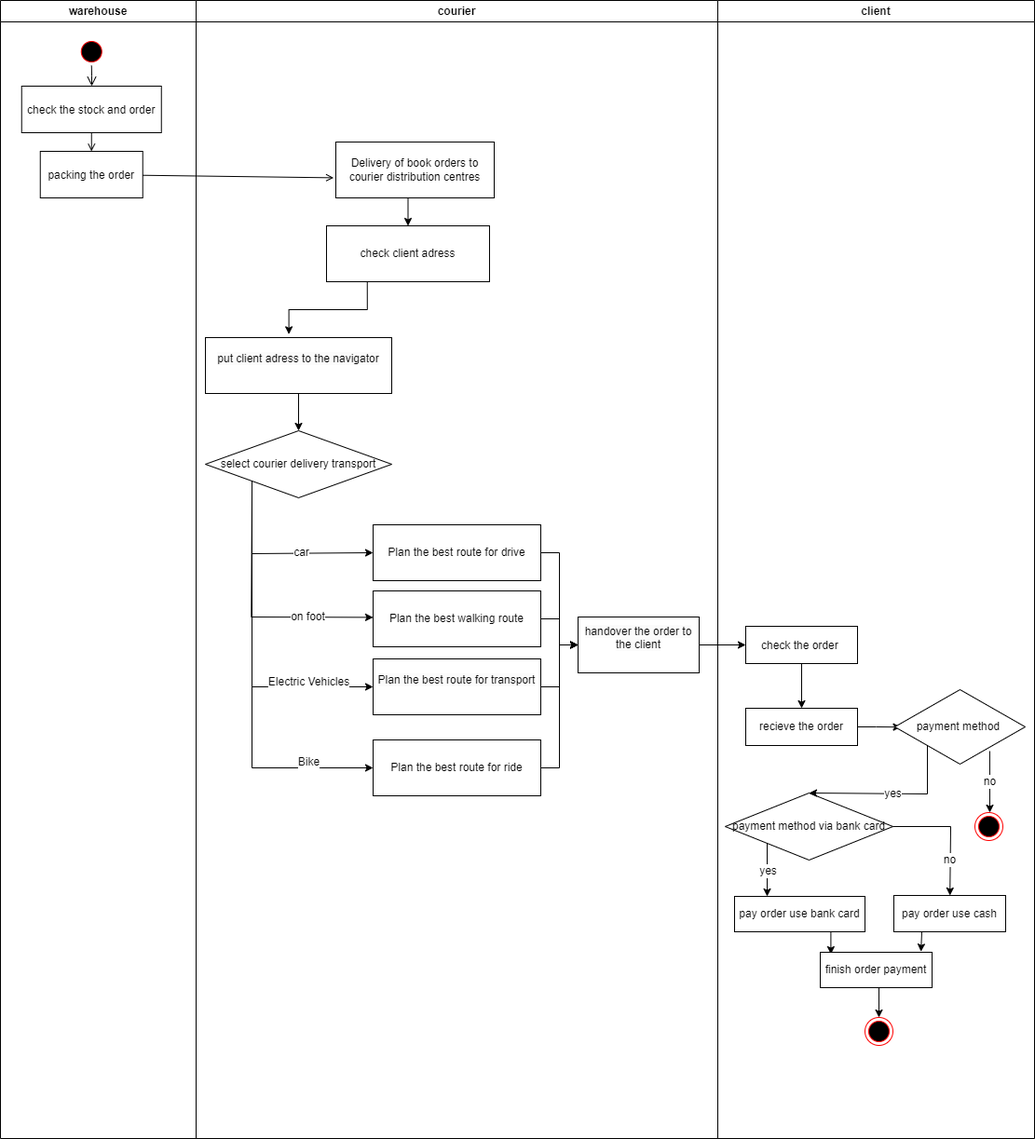
This is UML-delivery order.drawio.png from YuYuanyuan0817/ADM, a draw.io export, as it was before one commit. Source tidied: cells renumbered, new cells last; positions are measured from the earlier drawing's top-left corner, leaving out a move shared by most shapes. Source of this version:
```xml
<mxGraphModel>
  <root>
    <mxCell id="0" />
    <mxCell id="1" parent="0" />
    <mxCell id="2" value="warehouse" style="swimlane;whiteSpace=wrap;" parent="1" vertex="1">
      <mxGeometry width="210" height="1222" as="geometry" />
    </mxCell>
    <mxCell id="3" style="ellipse;shape=startState;fillColor=#000000;strokeColor=#ff0000;" parent="2" vertex="1">
      <mxGeometry x="82.8" y="40" width="30" height="30" as="geometry" />
    </mxCell>
    <mxCell id="4" style="edgeStyle=elbowEdgeStyle;elbow=horizontal;verticalAlign=bottom;endArrow=open;endSize=8;strokeColor=#000000;endFill=1;rounded=0;" parent="2" edge="1" source="3" target="5">
      <mxGeometry x="82.8" y="40" as="geometry" />
    </mxCell>
    <mxCell id="5" value="check the stock and order" parent="2" vertex="1">
      <mxGeometry x="22.8" y="92" width="150" height="50" as="geometry" />
    </mxCell>
    <mxCell id="6" style="endArrow=open;strokeColor=#050505;endFill=1;rounded=0;entryX=0.5;entryY=0;entryDx=0;entryDy=0;" parent="2" edge="1" source="5" target="7">
      <mxGeometry relative="1" as="geometry" />
    </mxCell>
    <mxCell id="7" value="packing the order" parent="2" vertex="1">
      <mxGeometry x="42.8" y="162" width="110" height="50" as="geometry" />
    </mxCell>
    <mxCell id="8" value="courier" style="swimlane;whiteSpace=wrap;" parent="1" vertex="1">
      <mxGeometry x="210" width="560" height="1222" as="geometry" />
    </mxCell>
    <mxCell id="9" style="edgeStyle=orthogonalEdgeStyle;rounded=0;jettySize=auto;html=1;exitX=0.5;exitY=1;exitDx=0;exitDy=0;entryX=0.5;entryY=0;entryDx=0;entryDy=0;" parent="8" edge="1" source="10" target="12">
      <mxGeometry relative="1" as="geometry" />
    </mxCell>
    <mxCell id="10" value="Delivery of book orders to courier distribution centres" style="rounded=0;whiteSpace=wrap;html=1;" parent="8" vertex="1">
      <mxGeometry x="150" y="152" width="170" height="60" as="geometry" />
    </mxCell>
    <mxCell id="11" style="edgeStyle=orthogonalEdgeStyle;rounded=0;jettySize=auto;html=1;exitX=0.25;exitY=1;exitDx=0;exitDy=0;entryX=0.448;entryY=-0.06;entryDx=0;entryDy=0;entryPerimeter=0;" parent="8" edge="1" source="12" target="29">
      <mxGeometry relative="1" as="geometry" />
    </mxCell>
    <mxCell id="12" value="check client adress" style="rounded=0;whiteSpace=wrap;html=1;" parent="8" vertex="1">
      <mxGeometry x="140" y="242" width="175" height="60" as="geometry" />
    </mxCell>
    <mxCell id="13" value="select courier delivery transport" style="rhombus;whiteSpace=wrap;html=1;" parent="8" vertex="1">
      <mxGeometry x="10" y="462" width="200" height="72" as="geometry" />
    </mxCell>
    <mxCell id="14" style="edgeStyle=orthogonalEdgeStyle;rounded=0;jettySize=auto;html=1;exitX=1;exitY=0.5;exitDx=0;exitDy=0;entryX=0;entryY=0.5;entryDx=0;entryDy=0;" parent="8" edge="1" source="15" target="30">
      <mxGeometry relative="1" as="geometry" />
    </mxCell>
    <mxCell id="15" value="Plan the best walking route" style="rounded=0;whiteSpace=wrap;html=1;" parent="8" vertex="1">
      <mxGeometry x="190" y="634" width="180" height="60" as="geometry" />
    </mxCell>
    <mxCell id="16" style="edgeStyle=orthogonalEdgeStyle;rounded=0;jettySize=auto;html=1;exitX=1;exitY=0.5;exitDx=0;exitDy=0;entryX=0;entryY=0.5;entryDx=0;entryDy=0;" parent="8" edge="1" source="17" target="30">
      <mxGeometry relative="1" as="geometry" />
    </mxCell>
    <mxCell id="17" value="Plan the best route for drive" style="rounded=0;whiteSpace=wrap;html=1;" parent="8" vertex="1">
      <mxGeometry x="190" y="563" width="180" height="60" as="geometry" />
    </mxCell>
    <mxCell id="18" style="endArrow=classic;html=1;rounded=0;exitX=0;exitY=1;exitDx=0;exitDy=0;entryX=0;entryY=0.5;entryDx=0;entryDy=0;" parent="8" edge="1" source="13" target="17">
      <mxGeometry relative="1" as="geometry">
        <Array as="points">
          <mxPoint x="60" y="594" />
        </Array>
      </mxGeometry>
    </mxCell>
    <mxCell id="19" value="car" style="edgeLabel;html=1;align=center;verticalAlign=middle;" parent="18" vertex="1">
      <mxGeometry relative="1" as="geometry">
        <mxPoint x="27" y="-1" as="offset" />
      </mxGeometry>
    </mxCell>
    <mxCell id="20" style="edgeStyle=orthogonalEdgeStyle;rounded=0;jettySize=auto;html=1;" parent="8" edge="1" source="21" target="30">
      <mxGeometry relative="1" as="geometry" />
    </mxCell>
    <mxCell id="21" value="&#10;&lt;span style=&quot;color: rgb(0, 0, 0); font-family: Helvetica; font-size: 12px; font-style: normal; font-variant-ligatures: normal; font-variant-caps: normal; font-weight: 400; letter-spacing: normal; orphans: 2; text-align: center; text-indent: 0px; text-transform: none; widows: 2; word-spacing: 0px; -webkit-text-stroke-width: 0px; background-color: rgb(251, 251, 251); text-decoration-thickness: initial; text-decoration-style: initial; text-decoration-color: initial; float: none; display: inline !important;&quot;&gt;Plan the best route for transport&lt;/span&gt;&#10;&#10;" style="rounded=0;whiteSpace=wrap;html=1;" parent="8" vertex="1">
      <mxGeometry x="190" y="707" width="180" height="60" as="geometry" />
    </mxCell>
    <mxCell id="22" style="endArrow=classic;html=1;rounded=0;entryX=0.004;entryY=0.64;entryDx=0;entryDy=0;entryPerimeter=0;" parent="8" edge="1">
      <mxGeometry relative="1" as="geometry">
        <mxPoint x="60" y="522" as="sourcePoint" />
        <mxPoint x="190" y="662.4" as="targetPoint" />
        <Array as="points">
          <mxPoint x="59.3" y="662" />
        </Array>
      </mxGeometry>
    </mxCell>
    <mxCell id="23" value="on foot" style="edgeLabel;html=1;align=center;verticalAlign=middle;" parent="22" vertex="1">
      <mxGeometry relative="1" as="geometry">
        <mxPoint x="60" y="5" as="offset" />
      </mxGeometry>
    </mxCell>
    <mxCell id="24" style="edgeStyle=orthogonalEdgeStyle;rounded=0;jettySize=auto;html=1;exitX=1;exitY=0.5;exitDx=0;exitDy=0;entryX=0;entryY=0.5;entryDx=0;entryDy=0;" parent="8" edge="1" source="25" target="30">
      <mxGeometry relative="1" as="geometry" />
    </mxCell>
    <mxCell id="25" value="Plan the best route for ride" style="rounded=0;whiteSpace=wrap;html=1;" parent="8" vertex="1">
      <mxGeometry x="190" y="794" width="180" height="60" as="geometry" />
    </mxCell>
    <mxCell id="26" style="endArrow=classic;html=1;rounded=0;exitX=0;exitY=1;exitDx=0;exitDy=0;" parent="8" edge="1" source="13" target="25">
      <mxGeometry relative="1" as="geometry">
        <Array as="points">
          <mxPoint x="60" y="824" />
        </Array>
      </mxGeometry>
    </mxCell>
    <mxCell id="27" value="Bike" style="edgeLabel;html=1;align=center;verticalAlign=middle;" parent="26" vertex="1">
      <mxGeometry relative="1" as="geometry">
        <mxPoint x="60" y="82" as="offset" />
      </mxGeometry>
    </mxCell>
    <mxCell id="28" style="edgeStyle=orthogonalEdgeStyle;rounded=0;jettySize=auto;html=1;exitX=0.5;exitY=1;exitDx=0;exitDy=0;entryX=0.5;entryY=0;entryDx=0;entryDy=0;" parent="8" edge="1" source="29" target="13">
      <mxGeometry relative="1" as="geometry" />
    </mxCell>
    <mxCell id="29" value="&#10;&lt;span style=&quot;color: rgb(0, 0, 0); font-family: Helvetica; font-size: 12px; font-style: normal; font-variant-ligatures: normal; font-variant-caps: normal; font-weight: 400; letter-spacing: normal; orphans: 2; text-align: center; text-indent: 0px; text-transform: none; widows: 2; word-spacing: 0px; -webkit-text-stroke-width: 0px; background-color: rgb(251, 251, 251); text-decoration-thickness: initial; text-decoration-style: initial; text-decoration-color: initial; float: none; display: inline !important;&quot;&gt;put client adress to the navigator&lt;/span&gt;&#10;&#10;" style="rounded=0;whiteSpace=wrap;html=1;" parent="8" vertex="1">
      <mxGeometry x="10" y="362" width="200" height="60" as="geometry" />
    </mxCell>
    <mxCell id="30" value="&#10;&lt;span style=&quot;color: rgb(0, 0, 0); font-family: Helvetica; font-size: 12px; font-style: normal; font-variant-ligatures: normal; font-variant-caps: normal; font-weight: 400; letter-spacing: normal; orphans: 2; text-align: center; text-indent: 0px; text-transform: none; widows: 2; word-spacing: 0px; -webkit-text-stroke-width: 0px; background-color: rgb(251, 251, 251); text-decoration-thickness: initial; text-decoration-style: initial; text-decoration-color: initial; float: none; display: inline !important;&quot;&gt;handover the order to the client&lt;/span&gt;&#10;&#10;" style="rounded=0;whiteSpace=wrap;html=1;" parent="8" vertex="1">
      <mxGeometry x="410" y="662" width="130" height="60" as="geometry" />
    </mxCell>
    <mxCell id="31" value="client" style="swimlane;whiteSpace=wrap;" parent="1" vertex="1">
      <mxGeometry x="770" width="340" height="1222" as="geometry" />
    </mxCell>
    <mxCell id="32" style="edgeStyle=orthogonalEdgeStyle;rounded=0;jettySize=auto;html=1;exitX=0.5;exitY=1;exitDx=0;exitDy=0;entryX=0.5;entryY=0;entryDx=0;entryDy=0;" parent="31" edge="1" source="33" target="36">
      <mxGeometry relative="1" as="geometry" />
    </mxCell>
    <mxCell id="33" value="check the order " parent="31" vertex="1">
      <mxGeometry x="30" y="672" width="120" height="40" as="geometry" />
    </mxCell>
    <mxCell id="34" style="ellipse;shape=endState;fillColor=#000000;strokeColor=#ff0000;" parent="31" vertex="1">
      <mxGeometry x="276" y="872" width="30" height="30" as="geometry" />
    </mxCell>
    <mxCell id="35" style="edgeStyle=orthogonalEdgeStyle;rounded=0;jettySize=auto;html=1;exitX=1;exitY=0.5;exitDx=0;exitDy=0;entryX=0.047;entryY=0.503;entryDx=0;entryDy=0;entryPerimeter=0;" parent="31" edge="1" source="36" target="37">
      <mxGeometry relative="1" as="geometry" />
    </mxCell>
    <mxCell id="36" value="recieve the order" style="rounded=0;whiteSpace=wrap;html=1;" parent="31" vertex="1">
      <mxGeometry x="30" y="760" width="120" height="40" as="geometry" />
    </mxCell>
    <mxCell id="37" value="payment method&amp;nbsp;" style="rhombus;whiteSpace=wrap;html=1;" parent="31" vertex="1">
      <mxGeometry x="190" y="740" width="140" height="80" as="geometry" />
    </mxCell>
    <mxCell id="38" value="payment method via bank card" style="rhombus;whiteSpace=wrap;html=1;" parent="31" vertex="1">
      <mxGeometry x="8" y="851" width="180" height="72" as="geometry" />
    </mxCell>
    <mxCell id="39" style="endArrow=classic;html=1;rounded=0;exitX=0;exitY=1;exitDx=0;exitDy=0;entryX=0.5;entryY=0;entryDx=0;entryDy=0;" parent="31" edge="1" source="37" target="38">
      <mxGeometry relative="1" as="geometry">
        <Array as="points">
          <mxPoint x="225" y="852" />
        </Array>
      </mxGeometry>
    </mxCell>
    <mxCell id="40" value="yes" style="edgeLabel;html=1;align=center;verticalAlign=middle;" parent="39" vertex="1">
      <mxGeometry relative="1" as="geometry" />
    </mxCell>
    <mxCell id="41" style="edgeStyle=orthogonalEdgeStyle;rounded=0;jettySize=auto;html=1;exitX=0.75;exitY=1;exitDx=0;exitDy=0;entryX=0.095;entryY=0.054;entryDx=0;entryDy=0;entryPerimeter=0;" parent="31" edge="1" source="42" target="50">
      <mxGeometry relative="1" as="geometry" />
    </mxCell>
    <mxCell id="42" value="pay order use bank card" style="rounded=0;whiteSpace=wrap;html=1;" parent="31" vertex="1">
      <mxGeometry x="18" y="962" width="140" height="38" as="geometry" />
    </mxCell>
    <mxCell id="43" style="edgeStyle=orthogonalEdgeStyle;rounded=0;jettySize=auto;html=1;exitX=0.25;exitY=1;exitDx=0;exitDy=0;entryX=0.901;entryY=-0.019;entryDx=0;entryDy=0;entryPerimeter=0;" parent="31" edge="1" source="44" target="50">
      <mxGeometry relative="1" as="geometry" />
    </mxCell>
    <mxCell id="44" value="pay order use cash" style="rounded=0;whiteSpace=wrap;html=1;" parent="31" vertex="1">
      <mxGeometry x="189" y="961" width="120" height="39" as="geometry" />
    </mxCell>
    <mxCell id="45" style="endArrow=classic;html=1;rounded=0;exitX=0;exitY=1;exitDx=0;exitDy=0;entryX=0.25;entryY=0;entryDx=0;entryDy=0;" parent="31" edge="1" source="38" target="42">
      <mxGeometry relative="1" as="geometry" />
    </mxCell>
    <mxCell id="46" value="yes" style="edgeLabel;html=1;align=center;verticalAlign=middle;" parent="45" vertex="1">
      <mxGeometry relative="1" as="geometry" />
    </mxCell>
    <mxCell id="47" style="endArrow=classic;html=1;rounded=0;exitX=1;exitY=0.5;exitDx=0;exitDy=0;" parent="31" edge="1" source="38" target="44">
      <mxGeometry relative="1" as="geometry">
        <Array as="points">
          <mxPoint x="250" y="887" />
        </Array>
      </mxGeometry>
    </mxCell>
    <mxCell id="48" value="no" style="edgeLabel;html=1;align=center;verticalAlign=middle;" parent="47" vertex="1">
      <mxGeometry relative="1" as="geometry">
        <mxPoint x="-1" y="30" as="offset" />
      </mxGeometry>
    </mxCell>
    <mxCell id="49" style="edgeStyle=orthogonalEdgeStyle;rounded=0;jettySize=auto;html=1;exitX=0.5;exitY=1;exitDx=0;exitDy=0;entryX=0.5;entryY=0;entryDx=0;entryDy=0;" parent="31" edge="1" source="50" target="51">
      <mxGeometry relative="1" as="geometry" />
    </mxCell>
    <mxCell id="50" value="finish order payment" style="rounded=0;whiteSpace=wrap;html=1;" parent="31" vertex="1">
      <mxGeometry x="110" y="1022" width="120" height="38" as="geometry" />
    </mxCell>
    <mxCell id="51" style="ellipse;html=1;shape=endState;fillColor=#000000;strokeColor=#ff0000;" parent="31" vertex="1">
      <mxGeometry x="158" y="1092" width="30" height="30" as="geometry" />
    </mxCell>
    <mxCell id="52" style="endArrow=open;strokeColor=#000000;endFill=1;rounded=0;entryX=-0.014;entryY=0.64;entryDx=0;entryDy=0;entryPerimeter=0;" parent="1" edge="1" source="7" target="10">
      <mxGeometry relative="1" as="geometry" />
    </mxCell>
    <mxCell id="53" style="endArrow=classic;html=1;rounded=0;entryX=0;entryY=0.5;entryDx=0;entryDy=0;" parent="1" edge="1" target="21">
      <mxGeometry relative="1" as="geometry">
        <mxPoint x="270" y="522" as="sourcePoint" />
        <Array as="points">
          <mxPoint x="270" y="737" />
        </Array>
      </mxGeometry>
    </mxCell>
    <mxCell id="54" value="Electric Vehicles" style="edgeLabel;html=1;align=center;verticalAlign=middle;" parent="53" vertex="1">
      <mxGeometry relative="1" as="geometry">
        <mxPoint x="60" y="36" as="offset" />
      </mxGeometry>
    </mxCell>
    <mxCell id="55" style="edgeStyle=orthogonalEdgeStyle;rounded=0;jettySize=auto;html=1;exitX=1;exitY=0.5;exitDx=0;exitDy=0;entryX=0;entryY=0.5;entryDx=0;entryDy=0;" parent="1" edge="1" source="30" target="33">
      <mxGeometry relative="1" as="geometry" />
    </mxCell>
    <mxCell id="56" style="endArrow=classic;html=1;rounded=0;exitX=0.728;exitY=0.825;exitDx=0;exitDy=0;exitPerimeter=0;" parent="1" edge="1" source="37">
      <mxGeometry relative="1" as="geometry">
        <mxPoint x="1062" y="872" as="targetPoint" />
      </mxGeometry>
    </mxCell>
    <mxCell id="57" value="no" style="edgeLabel;html=1;align=center;verticalAlign=middle;" parent="56" vertex="1">
      <mxGeometry relative="1" as="geometry" />
    </mxCell>
  </root>
</mxGraphModel>
```
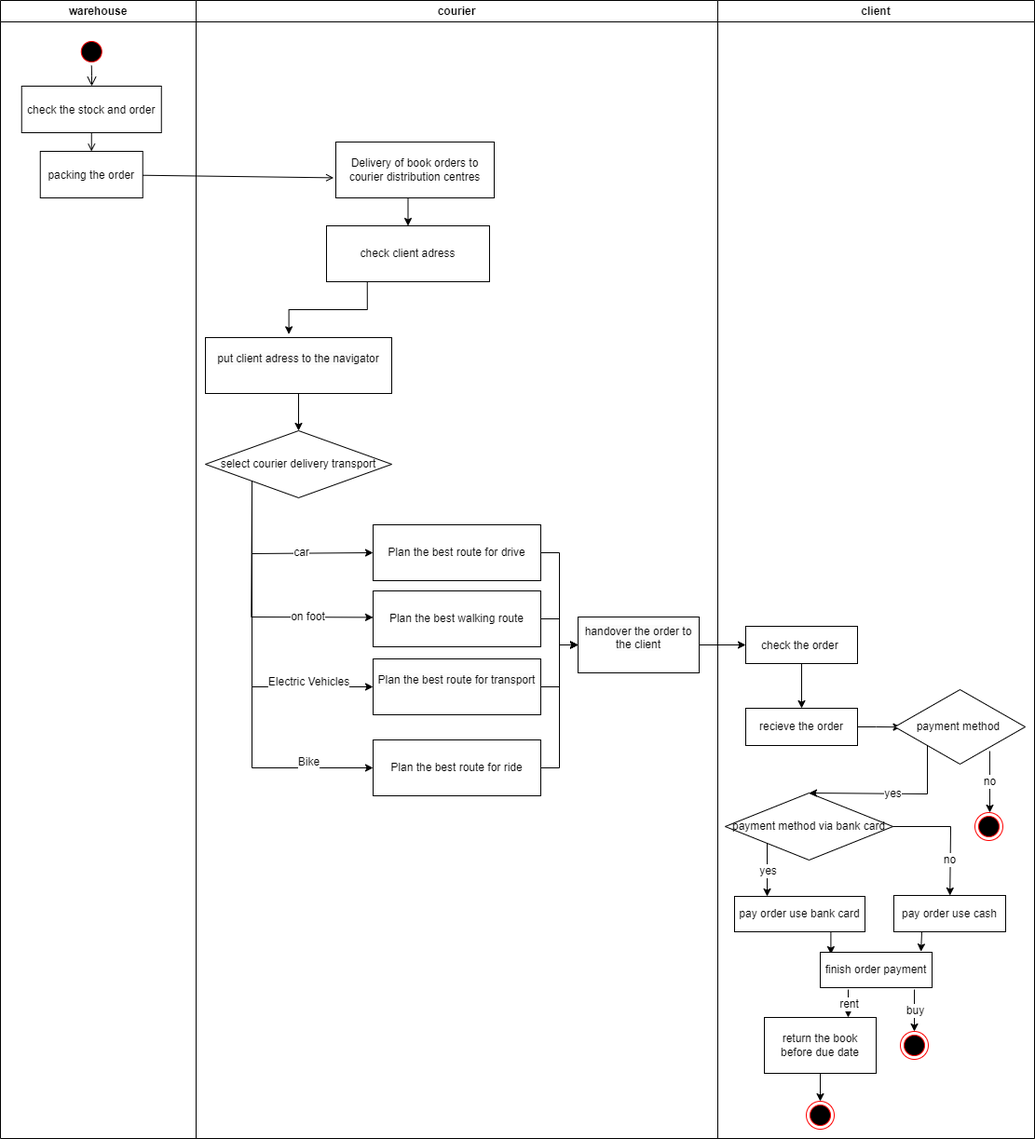
After the commit.

The edit, as a diff of the source:
```diff
@@ -173,15 +173,27 @@
         <mxPoint x="-1" y="30" as="offset" />
       </mxGeometry>
     </mxCell>
-    <mxCell id="49" style="edgeStyle=orthogonalEdgeStyle;rounded=0;jettySize=auto;html=1;exitX=0.5;exitY=1;exitDx=0;exitDy=0;entryX=0.5;entryY=0;entryDx=0;entryDy=0;" parent="31" edge="1" source="50" target="51">
-      <mxGeometry relative="1" as="geometry" />
-    </mxCell>
     <mxCell id="50" value="finish order payment" style="rounded=0;whiteSpace=wrap;html=1;" parent="31" vertex="1">
       <mxGeometry x="110" y="1022" width="120" height="38" as="geometry" />
     </mxCell>
-    <mxCell id="51" style="ellipse;html=1;shape=endState;fillColor=#000000;strokeColor=#ff0000;" parent="31" vertex="1">
-      <mxGeometry x="158" y="1092" width="30" height="30" as="geometry" />
-    </mxCell>
+    <mxCell id="58" style="edgeStyle=orthogonalEdgeStyle;rounded=0;jettySize=auto;html=1;exitX=0.5;exitY=1;exitDx=0;exitDy=0;" parent="31" edge="1" source="59" target="60">
+      <mxGeometry relative="1" as="geometry" />
+    </mxCell>
+    <mxCell id="59" value="return the book before due date" style="rounded=0;whiteSpace=wrap;html=1;" parent="31" vertex="1">
+      <mxGeometry x="50" y="1092" width="120" height="60" as="geometry" />
+    </mxCell>
+    <mxCell id="60" style="ellipse;html=1;shape=endState;fillColor=#000000;strokeColor=#ff0000;" parent="31" vertex="1">
+      <mxGeometry x="95" y="1182" width="30" height="30" as="geometry" />
+    </mxCell>
+    <mxCell id="61" style="ellipse;html=1;shape=endState;fillColor=#000000;strokeColor=#ff0000;" parent="31" vertex="1">
+      <mxGeometry x="196" y="1107" width="30" height="30" as="geometry" />
+    </mxCell>
+    <mxCell id="62" style="endArrow=classic;html=1;rounded=0;exitX=0.842;exitY=1.053;exitDx=0;exitDy=0;exitPerimeter=0;" parent="31" edge="1" source="50" target="61">
+      <mxGeometry relative="1" as="geometry" />
+    </mxCell>
+    <mxCell id="63" value="buy" style="edgeLabel;html=1;align=center;verticalAlign=middle;" parent="62" vertex="1">
+      <mxGeometry relative="1" as="geometry" />
+    </mxCell>
     <mxCell id="52" style="endArrow=open;strokeColor=#000000;endFill=1;rounded=0;entryX=-0.014;entryY=0.64;entryDx=0;entryDy=0;entryPerimeter=0;" parent="1" edge="1" source="7" target="10">
       <mxGeometry relative="1" as="geometry" />
     </mxCell>
@@ -209,5 +221,13 @@
     <mxCell id="57" value="no" style="edgeLabel;html=1;align=center;verticalAlign=middle;" parent="56" vertex="1">
       <mxGeometry relative="1" as="geometry" />
     </mxCell>
+    <mxCell id="64" style="endArrow=classic;html=1;rounded=0;entryX=0.75;entryY=0;entryDx=0;entryDy=0;" parent="1" edge="1" target="59">
+      <mxGeometry relative="1" as="geometry">
+        <mxPoint x="910" y="1062" as="sourcePoint" />
+      </mxGeometry>
+    </mxCell>
+    <mxCell id="65" value="rent" style="edgeLabel;html=1;align=center;verticalAlign=middle;" parent="64" vertex="1">
+      <mxGeometry relative="1" as="geometry" />
+    </mxCell>
   </root>
 </mxGraphModel>
```
